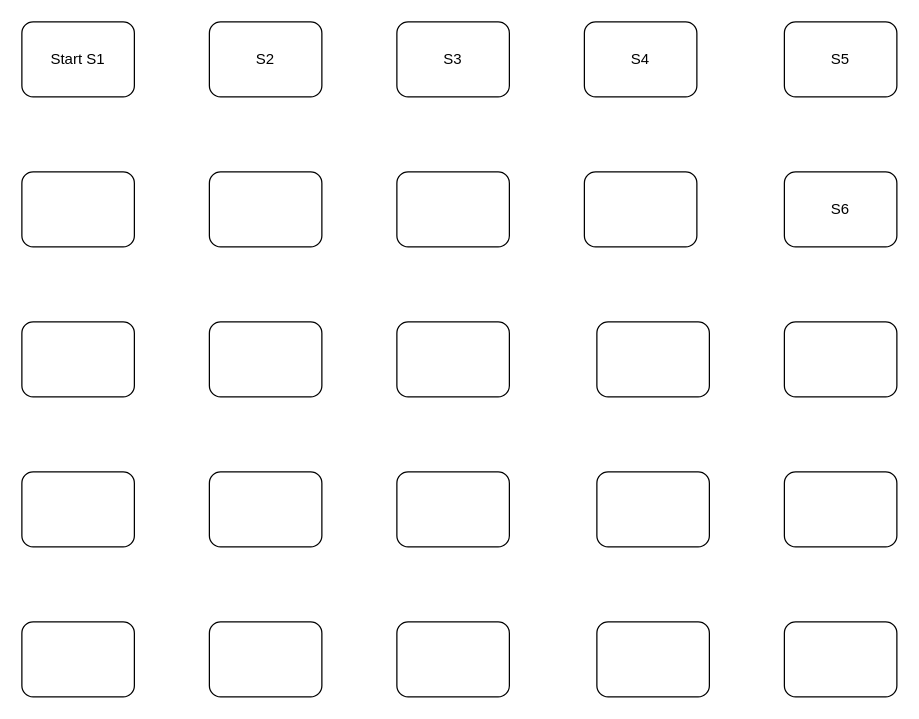
The draw.io diagram board game.drawio in lcw650/lcw2, before the edit. Source tidied: cells renumbered, new cells numbered last; positions are measured from the earlier drawing's top-left corner, leaving out a move shared by most shapes. Both pictures are drawn from the tidied source at 125%, with x=0, y=0 at pixel (21, 21).
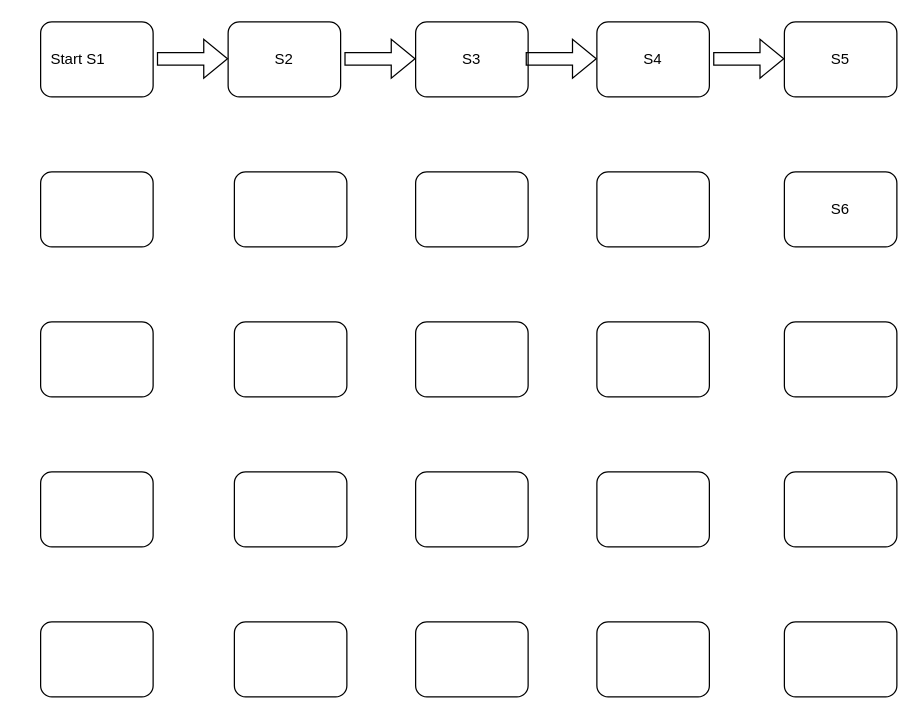
Above is the later version.

Diff of the diagram source:
```diff
@@
     <mxCell id="2" style="rounded=1;whiteSpace=wrap;html=1;" parent="1" vertex="1">
-      <mxGeometry width="90" height="60" as="geometry" />
+      <mxGeometry x="15" width="90" height="60" as="geometry" />
     </mxCell>
     <mxCell id="3" style="rounded=1;whiteSpace=wrap;html=1;" parent="1" vertex="1">
-      <mxGeometry x="150" width="90" height="60" as="geometry" />
+      <mxGeometry x="165" width="90" height="60" as="geometry" />
     </mxCell>
     <mxCell id="4" style="rounded=1;whiteSpace=wrap;html=1;" parent="1" vertex="1">
-      <mxGeometry x="300" width="90" height="60" as="geometry" />
+      <mxGeometry x="315" width="90" height="60" as="geometry" />
     </mxCell>
     <mxCell id="5" style="rounded=1;whiteSpace=wrap;html=1;" parent="1" vertex="1">
-      <mxGeometry x="450" width="90" height="60" as="geometry" />
+      <mxGeometry x="460" width="90" height="60" as="geometry" />
     </mxCell>
@@
     <mxCell id="11" style="rounded=1;whiteSpace=wrap;html=1;" parent="1" vertex="1">
-      <mxGeometry x="450" y="120" width="90" height="60" as="geometry" />
+      <mxGeometry x="460" y="120" width="90" height="60" as="geometry" />
     </mxCell>
     <mxCell id="12" style="rounded=1;whiteSpace=wrap;html=1;" parent="1" vertex="1">
-      <mxGeometry x="300" y="120" width="90" height="60" as="geometry" />
+      <mxGeometry x="315" y="120" width="90" height="60" as="geometry" />
     </mxCell>
     <mxCell id="13" style="rounded=1;whiteSpace=wrap;html=1;" parent="1" vertex="1">
-      <mxGeometry x="150" y="120" width="90" height="60" as="geometry" />
+      <mxGeometry x="170" y="120" width="90" height="60" as="geometry" />
     </mxCell>
     <mxCell id="14" style="rounded=1;whiteSpace=wrap;html=1;" parent="1" vertex="1">
-      <mxGeometry y="120" width="90" height="60" as="geometry" />
+      <mxGeometry x="15" y="120" width="90" height="60" as="geometry" />
     </mxCell>
     <mxCell id="15" style="rounded=1;whiteSpace=wrap;html=1;" parent="1" vertex="1">
-      <mxGeometry y="240" width="90" height="60" as="geometry" />
+      <mxGeometry x="15" y="240" width="90" height="60" as="geometry" />
     </mxCell>
     <mxCell id="16" style="rounded=1;whiteSpace=wrap;html=1;" parent="1" vertex="1">
-      <mxGeometry y="360" width="90" height="60" as="geometry" />
+      <mxGeometry x="15" y="360" width="90" height="60" as="geometry" />
     </mxCell>
     <mxCell id="17" style="rounded=1;whiteSpace=wrap;html=1;" parent="1" vertex="1">
-      <mxGeometry y="480" width="90" height="60" as="geometry" />
+      <mxGeometry x="15" y="480" width="90" height="60" as="geometry" />
     </mxCell>
     <mxCell id="18" style="rounded=1;whiteSpace=wrap;html=1;" parent="1" vertex="1">
-      <mxGeometry x="150" y="240" width="90" height="60" as="geometry" />
+      <mxGeometry x="170" y="240" width="90" height="60" as="geometry" />
     </mxCell>
@@
     <mxCell id="20" style="rounded=1;whiteSpace=wrap;html=1;" parent="1" vertex="1">
-      <mxGeometry x="150" y="360" width="90" height="60" as="geometry" />
+      <mxGeometry x="170" y="360" width="90" height="60" as="geometry" />
     </mxCell>
     <mxCell id="21" style="rounded=1;whiteSpace=wrap;html=1;" parent="1" vertex="1">
-      <mxGeometry x="300" y="360" width="90" height="60" as="geometry" />
+      <mxGeometry x="315" y="360" width="90" height="60" as="geometry" />
     </mxCell>
@@
     <mxCell id="23" style="rounded=1;whiteSpace=wrap;html=1;" parent="1" vertex="1">
-      <mxGeometry x="150" y="480" width="90" height="60" as="geometry" />
+      <mxGeometry x="170" y="480" width="90" height="60" as="geometry" />
     </mxCell>
     <mxCell id="24" style="rounded=1;whiteSpace=wrap;html=1;" parent="1" vertex="1">
-      <mxGeometry x="300" y="480" width="90" height="60" as="geometry" />
+      <mxGeometry x="315" y="480" width="90" height="60" as="geometry" />
     </mxCell>
@@
     <mxCell id="27" value="S2" style="text;html=1;strokeColor=none;fillColor=none;align=center;verticalAlign=middle;whiteSpace=wrap;rounded=0;" parent="1" vertex="1">
-      <mxGeometry x="165" y="15" width="60" height="30" as="geometry" />
+      <mxGeometry x="180" y="15" width="60" height="30" as="geometry" />
     </mxCell>
     <mxCell id="28" value="S3" style="text;html=1;strokeColor=none;fillColor=none;align=center;verticalAlign=middle;whiteSpace=wrap;rounded=0;" parent="1" vertex="1">
-      <mxGeometry x="315" y="15" width="60" height="30" as="geometry" />
+      <mxGeometry x="330" y="15" width="60" height="30" as="geometry" />
     </mxCell>
     <mxCell id="29" value="S4" style="text;html=1;strokeColor=none;fillColor=none;align=center;verticalAlign=middle;whiteSpace=wrap;rounded=0;" parent="1" vertex="1">
-      <mxGeometry x="465" y="15" width="60" height="30" as="geometry" />
+      <mxGeometry x="475" y="15" width="60" height="30" as="geometry" />
     </mxCell>
@@
-    <mxCell id="32" style="rounded=1;whiteSpace=wrap;html=1;" parent="1" vertex="1">
-      <mxGeometry x="300" y="240" width="90" height="60" as="geometry" />
-    </mxCell>
+    <mxCell id="33" style="rounded=1;whiteSpace=wrap;html=1;" parent="1" vertex="1">
+      <mxGeometry x="315" y="240" width="90" height="60" as="geometry" />
+    </mxCell>
+    <mxCell id="34" style="shape=flexArrow;endArrow=classic;html=1;rounded=0;exitX=1.033;exitY=0.625;exitDx=0;exitDy=0;exitPerimeter=0;" parent="1" edge="1">
+      <mxGeometry relative="1" as="geometry">
+        <mxPoint x="258" y="29.5" as="sourcePoint" />
+        <mxPoint x="315" y="29.5" as="targetPoint" />
+      </mxGeometry>
+    </mxCell>
+    <mxCell id="35" style="shape=flexArrow;endArrow=classic;html=1;rounded=0;exitX=1.033;exitY=0.625;exitDx=0;exitDy=0;exitPerimeter=0;" parent="1" edge="1">
+      <mxGeometry relative="1" as="geometry">
+        <mxPoint x="403" y="29.5" as="sourcePoint" />
+        <mxPoint x="460" y="29.5" as="targetPoint" />
+      </mxGeometry>
+    </mxCell>
+    <mxCell id="36" style="shape=flexArrow;endArrow=classic;html=1;rounded=0;exitX=1.033;exitY=0.625;exitDx=0;exitDy=0;exitPerimeter=0;" parent="1" edge="1">
+      <mxGeometry relative="1" as="geometry">
+        <mxPoint x="553" y="29.5" as="sourcePoint" />
+        <mxPoint x="610" y="29.5" as="targetPoint" />
+      </mxGeometry>
+    </mxCell>
+    <mxCell id="37" style="shape=flexArrow;endArrow=classic;html=1;rounded=0;exitX=1.033;exitY=0.625;exitDx=0;exitDy=0;exitPerimeter=0;" parent="1" edge="1">
+      <mxGeometry relative="1" as="geometry">
+        <mxPoint x="108" y="29.5" as="sourcePoint" />
+        <mxPoint x="165" y="29.5" as="targetPoint" />
+      </mxGeometry>
+    </mxCell>
```
